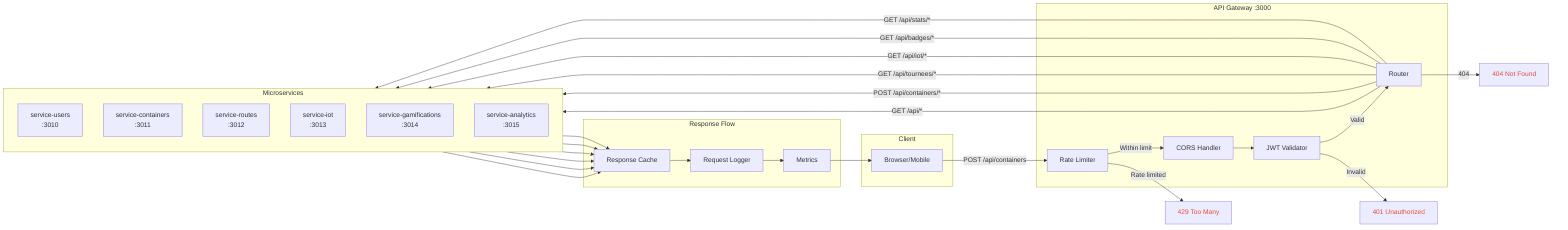
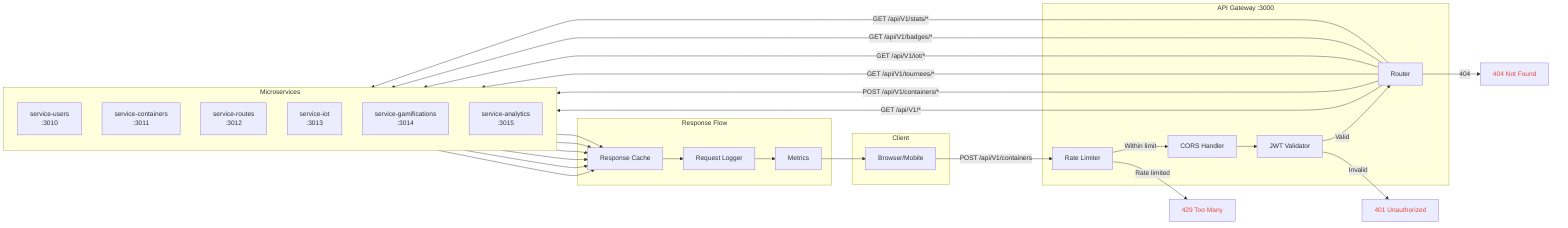
flowchart LR
    subgraph Client["Client"]
        Browser[Browser/Mobile]
    end

    subgraph Gateway["API Gateway :3000"]
        Rate[Rate Limiter]
        CORS[CORS Handler]
        JWT[JWT Validator]
        Router[Router]
    end

    subgraph Services["Microservices"]
        direction TB
        S1[service-users<br/>:3010]
        S2[service-containers<br/>:3011]
        S3[service-routes<br/>:3012]
        S4[service-iot<br/>:3013]
        S5[service-gamifications<br/>:3014]
        S6[service-analytics<br/>:3015]
    end

    subgraph Response["Response Flow"]
        Log[Request Logger]
        Metric[Metrics]
        Cache[Response Cache]
    end

-     Browser -->|"POST /api/containers"| Rate
+     Browser -->|"POST /api/V1/containers"| Rate
    Rate -->|"Within limit"| CORS
    Rate -->|"Rate limited"| RateLim[429 Too Many]

    CORS --> JWT
    JWT -->|"Valid"| Router
    JWT -->|"Invalid"| JWTRej[401 Unauthorized]

-     Router -->|"GET /api/*"| S1
-     Router -->|"POST /api/containers/*"| S2
-     Router -->|"GET /api/tournees/*"| S3
-     Router -->|"GET /api/iot/*"| S4
-     Router -->|"GET /api/badges/*"| S5
-     Router -->|"GET /api/stats/*"| S6
+     Router -->|"GET /api/V1/*"| S1
+     Router -->|"POST /api/V1/containers/*"| S2
+     Router -->|"GET /api/V1/tournees/*"| S3
+     Router -->|"GET /api/V1/iot/*"| S4
+     Router -->|"GET /api/V1/badges/*"| S5
+     Router -->|"GET /api/V1/stats/*"| S6
    Router -->|"404"| NotFound[404 Not Found]

    S1 --> Cache
    S2 --> Cache
    S3 --> Cache
    S4 --> Cache
    S5 --> Cache
    S6 --> Cache

    Cache --> Log --> Metric --> Browser

    style RateLim color:#e74c3c
    style JWTRej color:#e74c3c
    style NotFound color:#e74c3c
    %% API Routes Mapping
    %% Path | Service | Permission
-     %% /api/auth/* | service-users | None
-     %% /api/containers/* | service-containers | RBAC
-     %% /api/zones/* | service-containers | RBAC
-     %% /api/tournees/* | service-routes | RBAC
-     %% /api/iot/* | service-iot | RBAC
-     %% /api/badges/* | service-gamifications | RBAC
-     %% /api/defis/* | service-gamifications | RBAC
-     %% /api/stats/* | service-analytics | RBAC
-     %% /api/dashboard/* | service-analytics | RBAC
+     %% /api/V1/auth/* | service-users | None
+     %% /api/V1/containers/* | service-containers | RBAC
+     %% /api/V1/zones/* | service-containers | RBAC
+     %% /api/V1/tournees/* | service-routes | RBAC
+     %% /api/V1/iot/* | service-iot | RBAC
+     %% /api/V1/badges/* | service-gamifications | RBAC
+     %% /api/V1/defis/* | service-gamifications | RBAC
+     %% /api/V1/stats/* | service-analytics | RBAC
+     %% /api/V1/dashboard/* | service-analytics | RBAC

    %% Rate Limiting
    %% Endpoint | Limit
-     %% /api/auth/* | 10/min
-     %% /api/* | 100/min
-     %% /api/measurements | 1000/min+     %% /api/V1/auth/* | 10/min
+     %% /api/V1/* | 100/min
+     %% /api/V1/measurements | 1000/min